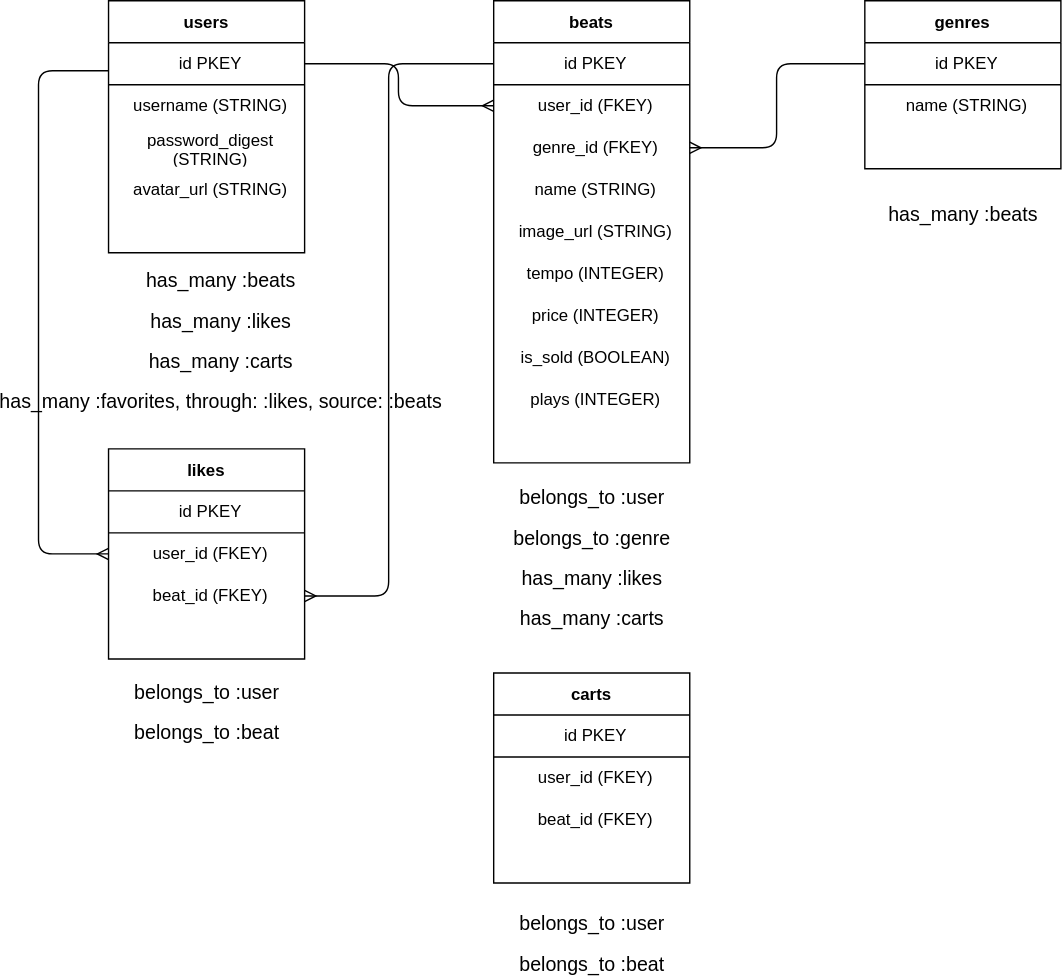
Above: thewav.drawio.svg in Jblengino510/the-wav (draw.io), before the change. Source tidied: cells renumbered, new cells last; positions are measured from the earlier drawing's top-left corner, leaving out a move shared by most shapes.
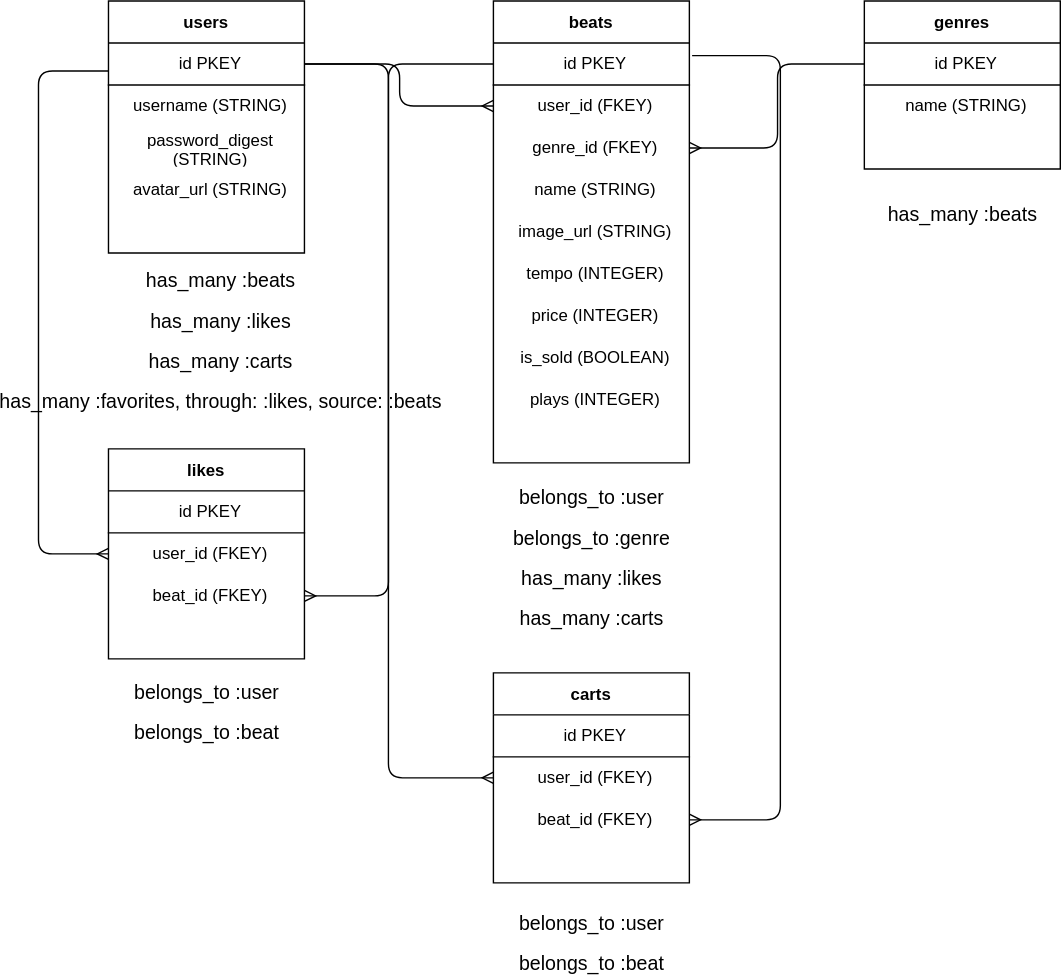
After the change.

Commit message:
updated ERD diagram

What changed in the source:
```diff
@@ -185,5 +185,24 @@
         </Array>
       </mxGeometry>
     </mxCell>
+    <mxCell id="58" style="edgeStyle=elbowEdgeStyle;elbow=horizontal;endArrow=ERmany;html=1;endFill=0;exitX=1.014;exitY=0.3;exitDx=0;exitDy=0;exitPerimeter=0;entryX=1;entryY=0.5;entryDx=0;entryDy=0;" parent="1" edge="1" source="12" target="52">
+      <mxGeometry relative="1" as="geometry">
+        <Array as="points">
+          <mxPoint x="530" y="55" />
+          <mxPoint x="260" y="210" />
+          <mxPoint x="530" y="280" />
+          <mxPoint x="540" y="250" />
+          <mxPoint x="570" y="240" />
+        </Array>
+      </mxGeometry>
+    </mxCell>
+    <mxCell id="59" style="edgeStyle=elbowEdgeStyle;elbow=horizontal;endArrow=ERmany;html=1;exitX=1;exitY=0.5;exitDx=0;exitDy=0;endFill=0;entryX=0;entryY=0.5;entryDx=0;entryDy=0;" parent="1" edge="1" target="50">
+      <mxGeometry relative="1" as="geometry">
+        <mxPoint x="190" y="45" as="sourcePoint" />
+        <Array as="points">
+          <mxPoint x="250" y="60" />
+        </Array>
+      </mxGeometry>
+    </mxCell>
   </root>
 </mxGraphModel>
```
